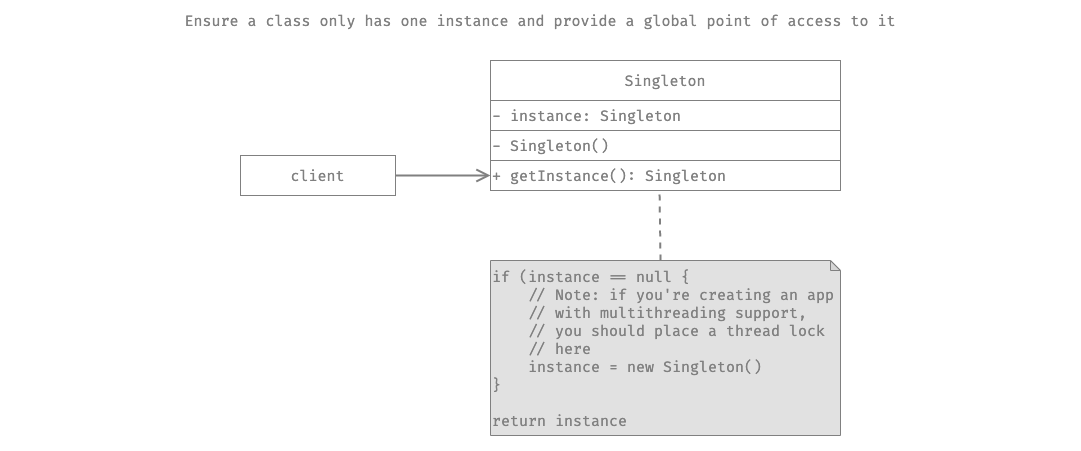
This is static/image/Singleton.png from luk3ya0/luk3ya0.github.io, a draw.io export, as it was before one commit. Source tidied: cells renumbered, new cells last; positions are measured from the earlier drawing's top-left corner, leaving out a move shared by most shapes. The source it was exported from:
```xml
<mxGraphModel>
  <root>
    <mxCell id="0" />
    <mxCell id="1" parent="0" />
    <mxCell id="2" style="rounded=0;whiteSpace=wrap;html=1;strokeColor=none;fontFamily=Fira Code;fontSource=https%3A%2F%2Ffonts.googleapis.com%2Fcss%3Ffamily%3DFira%2BCode;fontSize=15;fontColor=#808080;fillColor=none;" parent="1" vertex="1">
      <mxGeometry y="40" width="1080" height="410" as="geometry" />
    </mxCell>
    <mxCell id="3" value="Ensure a class only has one instance and provide a global point of access to it" style="rounded=0;whiteSpace=wrap;html=1;fillColor=none;strokeColor=none;fontFamily=Fira Code;fontSource=https%3A%2F%2Ffonts.googleapis.com%2Fcss%3Ffamily%3DFira%2BCode;fontSize=15;fontColor=#808080;" parent="1" vertex="1">
      <mxGeometry width="1080" height="40" as="geometry" />
    </mxCell>
    <mxCell id="4" value="Singleton" style="rounded=0;whiteSpace=wrap;html=1;fillColor=none;fontColor=#808080;fontFamily=Fira Code;fontSource=https%3A%2F%2Ffonts.googleapis.com%2Fcss%3Ffamily%3DFira%2BCode;fontSize=15;strokeColor=#808080;" parent="1" vertex="1">
      <mxGeometry x="490" y="60" width="350" height="40" as="geometry" />
    </mxCell>
    <mxCell id="5" value="- Singleton()" style="rounded=0;whiteSpace=wrap;html=1;fillColor=none;fontColor=#808080;fontFamily=Fira Code;fontSource=https%3A%2F%2Ffonts.googleapis.com%2Fcss%3Ffamily%3DFira%2BCode;fontSize=15;align=left;strokeColor=#808080;" parent="1" vertex="1">
      <mxGeometry x="490" y="130" width="350" height="30" as="geometry" />
    </mxCell>
    <mxCell id="6" value="- instance: Singleton" style="rounded=0;whiteSpace=wrap;html=1;fillColor=none;fontColor=#808080;fontFamily=Fira Code;fontSource=https%3A%2F%2Ffonts.googleapis.com%2Fcss%3Ffamily%3DFira%2BCode;fontSize=15;align=left;strokeColor=#808080;" parent="1" vertex="1">
      <mxGeometry x="490" y="100" width="350" height="30" as="geometry" />
    </mxCell>
    <mxCell id="7" value="+ getInstance(): Singleton" style="rounded=0;whiteSpace=wrap;html=1;fillColor=none;fontColor=#808080;fontFamily=Fira Code;fontSource=https%3A%2F%2Ffonts.googleapis.com%2Fcss%3Ffamily%3DFira%2BCode;fontSize=15;align=left;strokeColor=#808080;" parent="1" vertex="1">
      <mxGeometry x="490" y="160" width="350" height="30" as="geometry" />
    </mxCell>
    <mxCell id="8" style="edgeStyle=none;shape=connector;rounded=0;jettySize=auto;html=1;exitX=1;exitY=0.5;exitDx=0;exitDy=0;entryX=0;entryY=0.5;entryDx=0;entryDy=0;labelBackgroundColor=default;strokeColor=#808080;strokeWidth=2;fontFamily=Fira Code;fontSource=https%3A%2F%2Ffonts.googleapis.com%2Fcss%3Ffamily%3DFira%2BCode;fontSize=15;fontColor=#808080;startArrow=none;startFill=0;endArrow=open;endFill=0;startSize=6;endSize=10;" parent="1" edge="1" source="9" target="7">
      <mxGeometry relative="1" as="geometry" />
    </mxCell>
    <mxCell id="9" value="client" style="rounded=0;whiteSpace=wrap;html=1;fillColor=none;fontColor=#808080;fontFamily=Fira Code;fontSource=https%3A%2F%2Ffonts.googleapis.com%2Fcss%3Ffamily%3DFira%2BCode;fontSize=15;strokeColor=#808080;" parent="1" vertex="1">
      <mxGeometry x="240" y="155" width="155" height="40" as="geometry" />
    </mxCell>
    <mxCell id="10" style="edgeStyle=none;shape=connector;rounded=0;jettySize=auto;html=1;exitX=0;exitY=0;exitDx=170;exitDy=0;exitPerimeter=0;entryX=0.483;entryY=1;entryDx=0;entryDy=0;entryPerimeter=0;dashed=1;labelBackgroundColor=default;strokeColor=#808080;strokeWidth=2;fontFamily=Fira Code;fontSource=https%3A%2F%2Ffonts.googleapis.com%2Fcss%3Ffamily%3DFira%2BCode;fontSize=15;fontColor=#808080;startArrow=none;startFill=0;endArrow=none;endFill=0;startSize=6;endSize=10;" parent="1" edge="1" source="11" target="7">
      <mxGeometry relative="1" as="geometry" />
    </mxCell>
    <mxCell id="11" value="if (instance == null {&lt;br&gt;&amp;nbsp; &amp;nbsp; // Note: if you're creating an app&lt;br&gt;&amp;nbsp; &amp;nbsp; // with multithreading support,&lt;br&gt;&amp;nbsp; &amp;nbsp; // you should place a thread lock&lt;br&gt;&amp;nbsp; &amp;nbsp; // here&lt;br&gt;&amp;nbsp; &amp;nbsp; instance = new Singleton()&lt;br&gt;}&lt;br&gt;&lt;br&gt;return instance" style="shape=note;whiteSpace=wrap;html=1;backgroundOutline=1;darkOpacity=0.05;fontFamily=Fira Code;fontSource=https%3A%2F%2Ffonts.googleapis.com%2Fcss%3Ffamily%3DFira%2BCode;fontSize=15;fontColor=#808080;fillColor=#E1E1E1;size=10;strokeColor=#808080;align=left;" parent="1" vertex="1">
      <mxGeometry x="490" y="260" width="350" height="175" as="geometry" />
    </mxCell>
  </root>
</mxGraphModel>
```
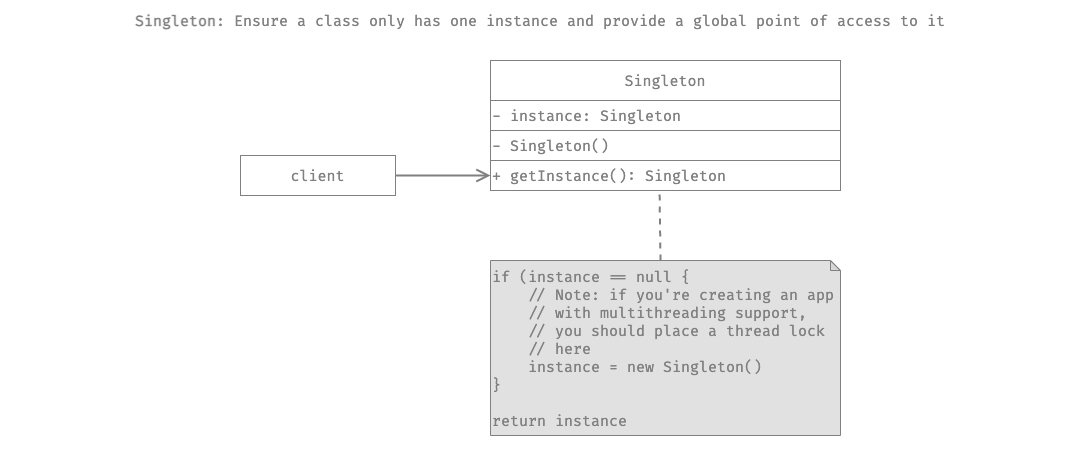
The same file after the commit.

Diff of the diagram source:
```diff
@@ -5,7 +5,7 @@
     <mxCell id="2" style="rounded=0;whiteSpace=wrap;html=1;strokeColor=none;fontFamily=Fira Code;fontSource=https%3A%2F%2Ffonts.googleapis.com%2Fcss%3Ffamily%3DFira%2BCode;fontSize=15;fontColor=#808080;fillColor=none;" parent="1" vertex="1">
       <mxGeometry y="40" width="1080" height="410" as="geometry" />
     </mxCell>
-    <mxCell id="3" value="Ensure a class only has one instance and provide a global point of access to it" style="rounded=0;whiteSpace=wrap;html=1;fillColor=none;strokeColor=none;fontFamily=Fira Code;fontSource=https%3A%2F%2Ffonts.googleapis.com%2Fcss%3Ffamily%3DFira%2BCode;fontSize=15;fontColor=#808080;" parent="1" vertex="1">
+    <mxCell id="3" value="&lt;b&gt;Singleton&lt;/b&gt;: Ensure a class only has one instance and provide a global point of access to it" style="rounded=0;whiteSpace=wrap;html=1;fillColor=none;strokeColor=none;fontFamily=Fira Code;fontSource=https%3A%2F%2Ffonts.googleapis.com%2Fcss%3Ffamily%3DFira%2BCode;fontSize=15;fontColor=#808080;" parent="1" vertex="1">
       <mxGeometry width="1080" height="40" as="geometry" />
     </mxCell>
     <mxCell id="4" value="Singleton" style="rounded=0;whiteSpace=wrap;html=1;fillColor=none;fontColor=#808080;fontFamily=Fira Code;fontSource=https%3A%2F%2Ffonts.googleapis.com%2Fcss%3Ffamily%3DFira%2BCode;fontSize=15;strokeColor=#808080;" parent="1" vertex="1">
```
